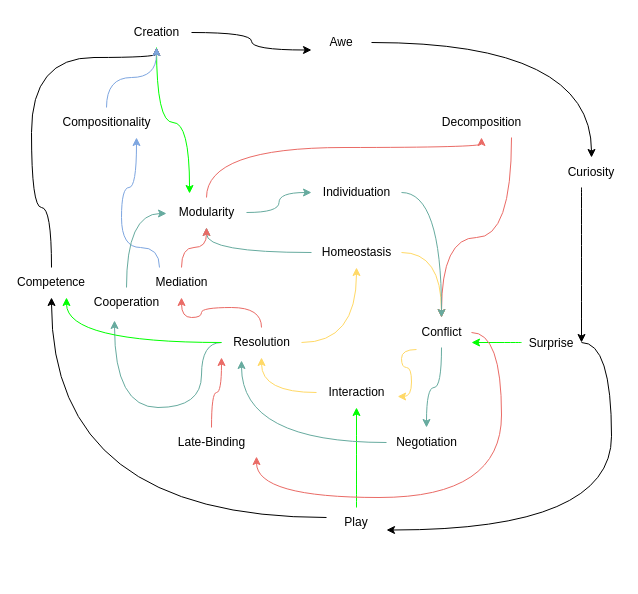
This is knowing_4p_cycles.drawio from codeaudit/1, a draw.io file, before an edit. Source tidied: cells renumbered, new cells numbered last; positions are measured from the earlier drawing's top-left corner, leaving out a move shared by most shapes. Both pictures are drawn from the tidied source at 100%, with x=0, y=0 at pixel (21, 17).
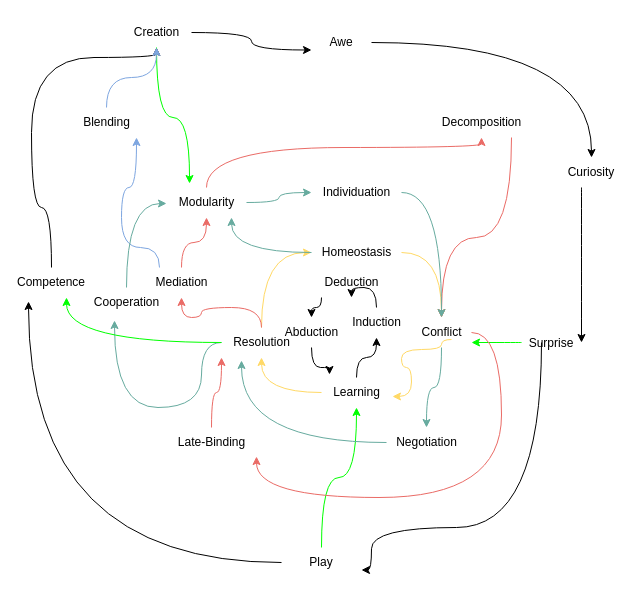
The same page after the edit.

Unchanged cells that the change refers to:
```xml
<mxCell id="8" value="Surprise" style="text;html=1;strokeColor=none;fillColor=none;align=center;verticalAlign=middle;whiteSpace=wrap;rounded=0;" parent="1" vertex="1">
  <mxGeometry x="500" y="325" width="60" as="geometry" />
</mxCell>
<mxCell id="13" value="Competence" style="text;html=1;strokeColor=none;fillColor=none;align=center;verticalAlign=middle;whiteSpace=wrap;rounded=0;" parent="1" vertex="1">
  <mxGeometry y="250" width="60" height="30" as="geometry" />
</mxCell>
<mxCell id="20" value="Conflict" style="text;html=1;align=center;verticalAlign=middle;points=[];strokeColor=none;fillColor=none;" parent="1" vertex="1">
  <mxGeometry x="390" y="300" width="60" height="30" as="geometry" />
</mxCell>
<mxCell id="27" value="Resolution" style="text;html=1;align=center;verticalAlign=middle;points=[];strokeColor=none;fillColor=none;" parent="1" vertex="1">
  <mxGeometry x="200" y="310" width="80" height="30" as="geometry" />
</mxCell>
<mxCell id="30" value="Homeostasis" style="text;html=1;align=center;verticalAlign=middle;points=[];strokeColor=none;fillColor=none;" parent="1" vertex="1">
  <mxGeometry x="290" y="220" width="90" height="30" as="geometry" />
</mxCell>
```

The edit, as a diff of the source:
```diff
@@
     <mxCell id="6" style="edgeStyle=orthogonalEdgeStyle;curved=1;jettySize=auto;html=1;entryX=1;entryY=0.75;entryDx=0;entryDy=0;" parent="1" edge="1" source="8" target="11">
       <mxGeometry relative="1" as="geometry">
         <Array as="points">
-          <mxPoint x="590" y="325" />
-          <mxPoint x="590" y="513" />
+          <mxPoint x="520" y="510" />
+          <mxPoint x="350" y="510" />
+          <mxPoint x="350" y="553" />
         </Array>
       </mxGeometry>
     </mxCell>
@@
+    <mxCell id="10" style="edgeStyle=orthogonalEdgeStyle;curved=1;jettySize=auto;html=1;strokeColor=#00FF00;" parent="1" edge="1" source="11" target="22">
+      <mxGeometry relative="1" as="geometry" />
+    </mxCell>
-    <mxCell id="9" style="edgeStyle=orthogonalEdgeStyle;curved=1;jettySize=auto;html=1;entryX=0.5;entryY=1;entryDx=0;entryDy=0;" parent="1" edge="1" source="11" target="13">
-      <mxGeometry relative="1" as="geometry">
-        <Array as="points">
-          <mxPoint x="335" y="500" />
-          <mxPoint x="30" y="500" />
-        </Array>
-      </mxGeometry>
+    <mxCell id="9" style="edgeStyle=orthogonalEdgeStyle;curved=1;jettySize=auto;html=1;entryX=0.117;entryY=1.133;entryDx=0;entryDy=0;entryPerimeter=0;" parent="1" edge="1" source="11" target="13">
+      <mxGeometry relative="1" as="geometry" />
     </mxCell>
-    <mxCell id="10" style="edgeStyle=orthogonalEdgeStyle;curved=1;jettySize=auto;html=1;strokeColor=#00FF00;" parent="1" edge="1" source="11" target="22">
-      <mxGeometry relative="1" as="geometry" />
-    </mxCell>
     <mxCell id="11" value="Play" style="text;html=1;strokeColor=none;fillColor=none;align=center;verticalAlign=middle;whiteSpace=wrap;rounded=0;" parent="1" vertex="1">
-      <mxGeometry x="305" y="490" width="60" height="30" as="geometry" />
+      <mxGeometry x="260" y="530" width="80" height="30" as="geometry" />
     </mxCell>
@@
-    <mxCell id="17" style="edgeStyle=orthogonalEdgeStyle;curved=1;jettySize=auto;html=1;entryX=1.014;entryY=0.633;entryDx=0;entryDy=0;entryPerimeter=0;exitX=0.083;exitY=1.067;exitDx=0;exitDy=0;exitPerimeter=0;fillColor=#fff2cc;strokeColor=#FFD966;" parent="1" edge="1" source="20" target="22">
+    <mxCell id="17" style="edgeStyle=orthogonalEdgeStyle;curved=1;jettySize=auto;html=1;entryX=1.014;entryY=0.633;entryDx=0;entryDy=0;entryPerimeter=0;fillColor=#fff2cc;strokeColor=#FFD966;startArrow=none;" parent="1" edge="1" target="22">
       <mxGeometry relative="1" as="geometry">
+        <mxPoint x="430" y="322" as="sourcePoint" />
         <Array as="points">
+          <mxPoint x="420" y="322" />
+          <mxPoint x="420" y="332" />
           <mxPoint x="380" y="332" />
           <mxPoint x="380" y="350" />
           <mxPoint x="390" y="350" />
           <mxPoint x="390" y="379" />
         </Array>
       </mxGeometry>
     </mxCell>
@@
+    <mxCell id="49" style="edgeStyle=orthogonalEdgeStyle;jettySize=auto;html=1;curved=1;" parent="1" edge="1" source="22" target="55">
+      <mxGeometry relative="1" as="geometry" />
+    </mxCell>
-    <mxCell id="22" value="Interaction" style="text;html=1;align=center;verticalAlign=middle;points=[];strokeColor=none;fillColor=none;" parent="1" vertex="1">
-      <mxGeometry x="295" y="360" width="80" height="30" as="geometry" />
+    <mxCell id="22" value="Learning" style="text;html=1;align=center;verticalAlign=middle;points=[];strokeColor=none;fillColor=none;" parent="1" vertex="1">
+      <mxGeometry x="300" y="360" width="70" height="30" as="geometry" />
     </mxCell>
     <mxCell id="23" style="edgeStyle=orthogonalEdgeStyle;curved=1;jettySize=auto;html=1;strokeColor=#FFD966;" parent="1" edge="1" source="27" target="30">
-      <mxGeometry relative="1" as="geometry" />
+      <mxGeometry relative="1" as="geometry">
+        <Array as="points">
+          <mxPoint x="240" y="235" />
+        </Array>
+      </mxGeometry>
     </mxCell>
@@
     <mxCell id="29" style="edgeStyle=orthogonalEdgeStyle;curved=1;jettySize=auto;html=1;strokeColor=#67AB9F;" parent="1" edge="1" source="30" target="33">
-      <mxGeometry relative="1" as="geometry" />
+      <mxGeometry relative="1" as="geometry">
+        <Array as="points">
+          <mxPoint x="210" y="235" />
+        </Array>
+      </mxGeometry>
     </mxCell>
@@
     <mxCell id="33" value="Modularity" style="text;html=1;align=center;verticalAlign=middle;points=[];strokeColor=none;fillColor=none;" parent="1" vertex="1">
-      <mxGeometry x="145" y="180" width="80" height="30" as="geometry" />
+      <mxGeometry x="145" y="170" width="80" height="30" as="geometry" />
     </mxCell>
@@
-    <mxCell id="35" value="Compositionality" style="text;html=1;align=center;verticalAlign=middle;points=[];strokeColor=none;fillColor=none;" parent="1" vertex="1">
-      <mxGeometry x="30" y="90" width="110" height="30" as="geometry" />
+    <mxCell id="35" value="Blending" style="text;html=1;align=center;verticalAlign=middle;points=[];strokeColor=none;fillColor=none;" parent="1" vertex="1">
+      <mxGeometry x="50" y="90" width="70" height="30" as="geometry" />
     </mxCell>
@@
+    <mxCell id="50" style="edgeStyle=orthogonalEdgeStyle;curved=1;jettySize=auto;html=1;" parent="1" edge="1" source="51" target="53">
+      <mxGeometry relative="1" as="geometry">
+        <Array as="points">
+          <mxPoint x="300" y="290" />
+          <mxPoint x="290" y="290" />
+        </Array>
+      </mxGeometry>
+    </mxCell>
+    <mxCell id="51" value="Deduction" style="text;html=1;align=center;verticalAlign=middle;points=[];strokeColor=none;fillColor=none;" parent="1" vertex="1">
+      <mxGeometry x="290" y="250" width="80" height="30" as="geometry" />
+    </mxCell>
+    <mxCell id="52" style="edgeStyle=orthogonalEdgeStyle;curved=1;jettySize=auto;html=1;entryX=0.114;entryY=-0.1;entryDx=0;entryDy=0;entryPerimeter=0;" parent="1" edge="1" source="53" target="22">
+      <mxGeometry relative="1" as="geometry" />
+    </mxCell>
+    <mxCell id="53" value="Abduction" style="text;html=1;align=center;verticalAlign=middle;points=[];strokeColor=none;fillColor=none;" parent="1" vertex="1">
+      <mxGeometry x="250" y="300" width="80" height="30" as="geometry" />
+    </mxCell>
+    <mxCell id="54" style="edgeStyle=orthogonalEdgeStyle;curved=1;jettySize=auto;html=1;" parent="1" edge="1" source="55" target="51">
+      <mxGeometry relative="1" as="geometry" />
+    </mxCell>
+    <mxCell id="55" value="Induction" style="text;html=1;align=center;verticalAlign=middle;points=[];strokeColor=none;fillColor=none;" parent="1" vertex="1">
+      <mxGeometry x="320" y="290" width="70" height="30" as="geometry" />
+    </mxCell>
```
